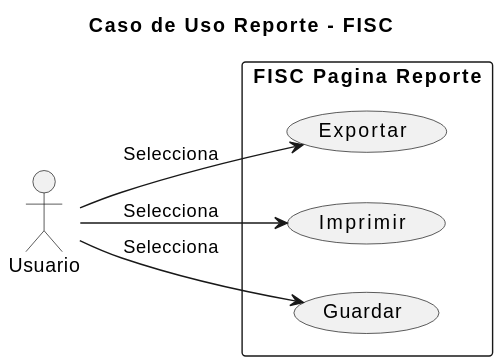
Above: imagenes/casosDeUso/casoUsoReporte.svg in mmasias/23-24-IdSw1-SDR (PlantUML), before the change.
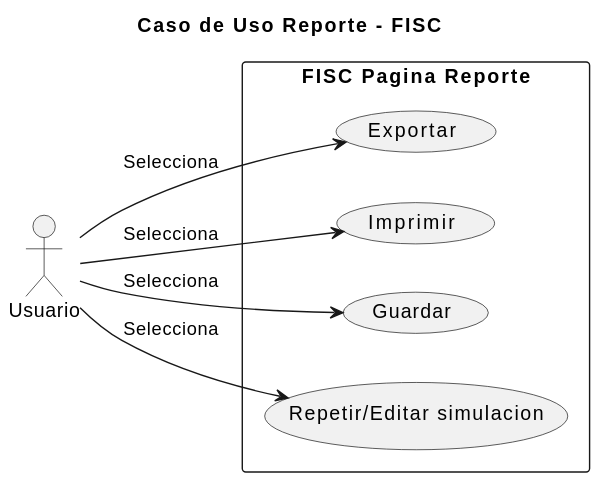
The same file after the commit.

Diff of the diagram source:
```diff
@@ -9,9 +9,11 @@
   usecase "Exportar" as exportareporte
   usecase "Imprimir" as imprimir
   usecase "Guardar" as guardar
+  usecase "Repetir/Editar simulacion" as same
 }
 
 user7 --> exportareporte : "Selecciona"
 user7 --> imprimir : "Selecciona"
 user7 --> guardar : "Selecciona"
+user7 --> same : "Selecciona"
 @enduml
```
